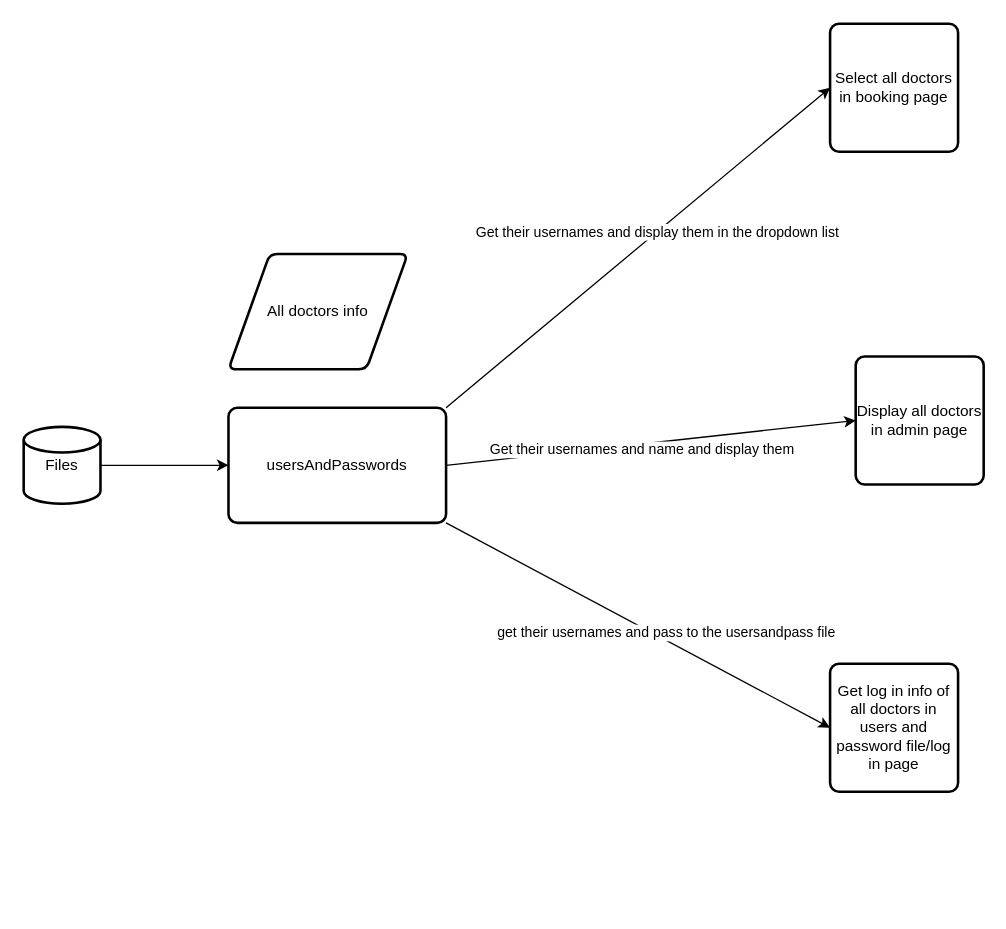
The draw.io diagram documentation/graphs/graph.drawio in AudemarsOdato/doldam-foundation, before the edit. Source tidied: cells renumbered, new cells numbered last; positions are measured from the earlier drawing's top-left corner, leaving out a move shared by most shapes. Both pictures are drawn from the tidied source at 128%, with x=0, y=0 at pixel (23, 23).
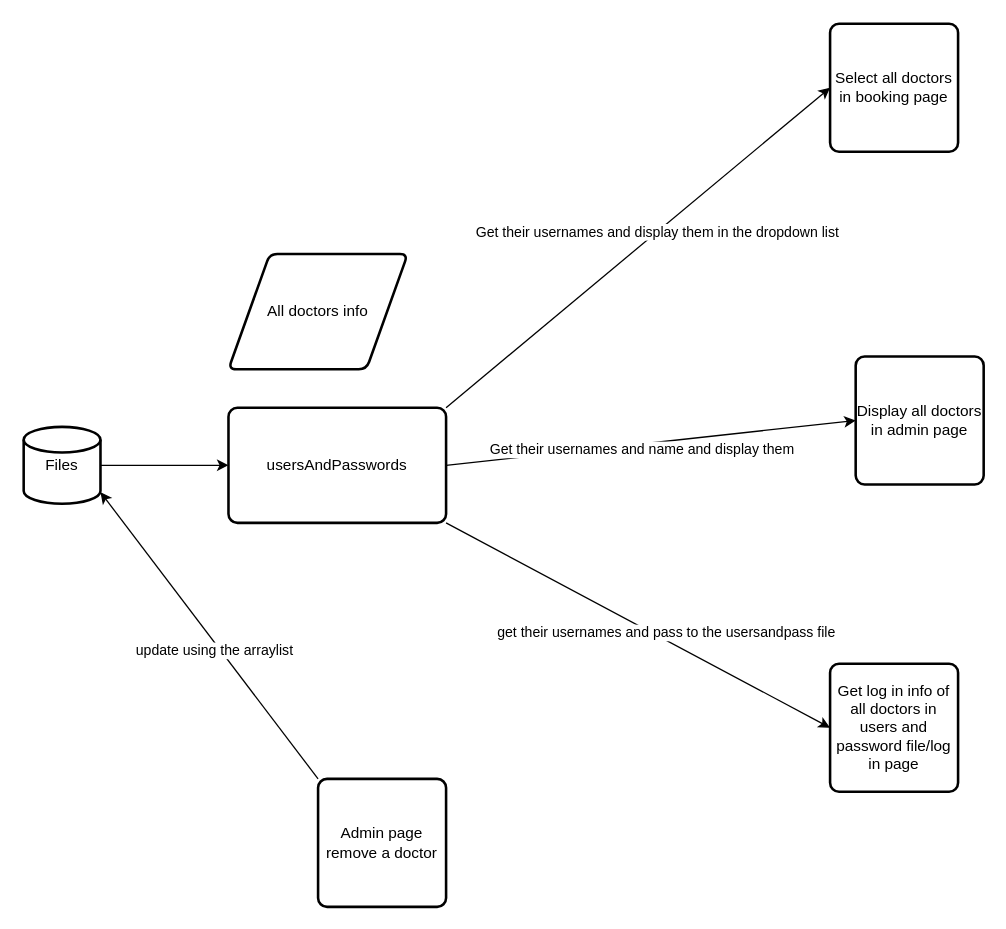
The same page after the edit.

Change to the diagram source:
```diff
@@
 <mxGraphModel>
   <root>
     <mxCell id="0" />
     <mxCell id="1" parent="0" />
     <mxCell id="2" value="All doctors info" style="shape=parallelogram;html=1;strokeWidth=2;perimeter=parallelogramPerimeter;whiteSpace=wrap;rounded=1;arcSize=12;size=0.23;" parent="1" vertex="1">
       <mxGeometry x="160" y="180" width="140" height="90" as="geometry" />
     </mxCell>
     <mxCell id="3" value="Select all doctors in booking page" style="rounded=1;whiteSpace=wrap;html=1;absoluteArcSize=1;arcSize=14;strokeWidth=2;" parent="1" vertex="1">
       <mxGeometry x="630" width="100" height="100" as="geometry" />
     </mxCell>
     <mxCell id="4" value="Display all doctors in admin page" style="rounded=1;whiteSpace=wrap;html=1;absoluteArcSize=1;arcSize=14;strokeWidth=2;" parent="1" vertex="1">
       <mxGeometry x="650" y="260" width="100" height="100" as="geometry" />
     </mxCell>
     <mxCell id="5" value="Get log in info of all doctors in users and password file/log in page" style="rounded=1;whiteSpace=wrap;html=1;absoluteArcSize=1;arcSize=14;strokeWidth=2;" parent="1" vertex="1">
       <mxGeometry x="630" y="500" width="100" height="100" as="geometry" />
     </mxCell>
     <mxCell id="6" style="edgeStyle=none;html=1;exitX=1;exitY=0;exitDx=0;exitDy=0;entryX=0;entryY=0.5;entryDx=0;entryDy=0;" parent="1" edge="1" source="12" target="3">
       <mxGeometry relative="1" as="geometry" />
     </mxCell>
     <mxCell id="7" value="Get their usernames and display them in the dropdown list" style="edgeLabel;html=1;align=center;verticalAlign=middle;" parent="6" vertex="1">
       <mxGeometry x="0.1" relative="1" as="geometry">
         <mxPoint x="-1" as="offset" />
       </mxGeometry>
     </mxCell>
     <mxCell id="8" style="edgeStyle=none;html=1;exitX=1;exitY=0.5;exitDx=0;exitDy=0;entryX=0;entryY=0.5;entryDx=0;entryDy=0;" parent="1" edge="1" source="12" target="4">
       <mxGeometry relative="1" as="geometry" />
     </mxCell>
     <mxCell id="9" value="Get their usernames and name and display them" style="edgeLabel;html=1;align=center;verticalAlign=middle;" parent="8" vertex="1">
       <mxGeometry x="-0.05" y="-4" relative="1" as="geometry" />
     </mxCell>
     <mxCell id="10" style="edgeStyle=none;html=1;exitX=1;exitY=1;exitDx=0;exitDy=0;entryX=0;entryY=0.5;entryDx=0;entryDy=0;" parent="1" edge="1" source="12" target="5">
       <mxGeometry relative="1" as="geometry" />
     </mxCell>
     <mxCell id="11" value="get their usernames and pass to the usersandpass file" style="edgeLabel;html=1;align=center;verticalAlign=middle;" parent="10" vertex="1">
       <mxGeometry x="0.13" y="5" relative="1" as="geometry" />
     </mxCell>
     <mxCell id="12" value="usersAndPasswords" style="rounded=1;whiteSpace=wrap;html=1;absoluteArcSize=1;arcSize=14;strokeWidth=2;" parent="1" vertex="1">
       <mxGeometry x="160" y="300" width="170" height="90" as="geometry" />
     </mxCell>
     <mxCell id="13" style="edgeStyle=none;html=1;exitX=1;exitY=0.5;exitDx=0;exitDy=0;exitPerimeter=0;entryX=0;entryY=0.5;entryDx=0;entryDy=0;" parent="1" edge="1" source="14" target="12">
       <mxGeometry relative="1" as="geometry" />
     </mxCell>
     <mxCell id="14" value="Files" style="strokeWidth=2;html=1;shape=mxgraph.flowchart.database;whiteSpace=wrap;" parent="1" vertex="1">
       <mxGeometry y="315" width="60" height="60" as="geometry" />
     </mxCell>
+    <mxCell id="15" value="Admin page remove a doctor" style="rounded=1;whiteSpace=wrap;html=1;absoluteArcSize=1;arcSize=14;strokeWidth=2;" parent="1" vertex="1">
+      <mxGeometry x="230" y="590" width="100" height="100" as="geometry" />
+    </mxCell>
+    <mxCell id="16" style="edgeStyle=none;html=1;exitX=0;exitY=0;exitDx=0;exitDy=0;entryX=1;entryY=0.85;entryDx=0;entryDy=0;entryPerimeter=0;" parent="1" edge="1" source="15" target="14">
+      <mxGeometry relative="1" as="geometry" />
+    </mxCell>
+    <mxCell id="17" value="update using the arraylist" style="edgeLabel;html=1;align=center;verticalAlign=middle;" parent="16" vertex="1">
+      <mxGeometry x="-0.08" y="4" relative="1" as="geometry" />
+    </mxCell>
   </root>
 </mxGraphModel>
```
